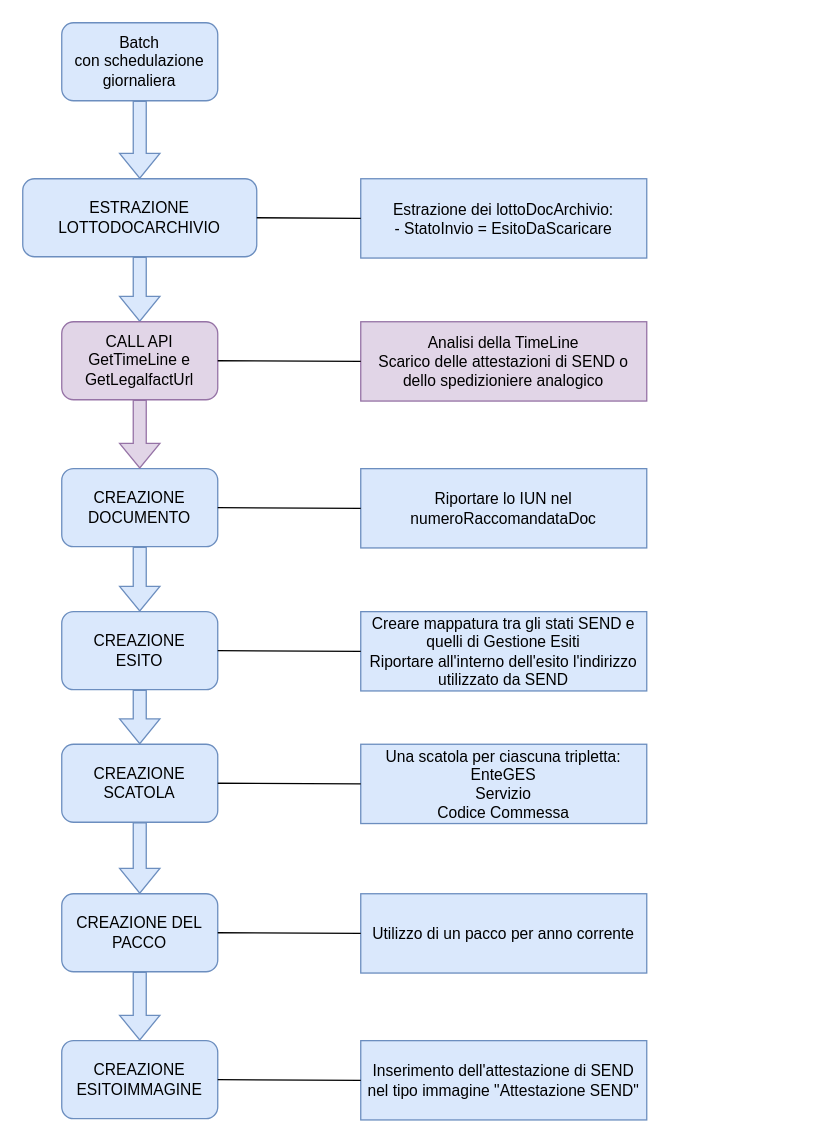
This is page "Esiti" (4 of 5) of Easy Notification.drawio from marcogarbujoabaco/drawio, a draw.io file, before an edit. Source tidied: cells renumbered, new cells numbered last; positions are measured from the earlier drawing's top-left corner, leaving out a move shared by most shapes. Both pictures are drawn from the tidied source at 130%, with x=0, y=0 at pixel (22, 22).
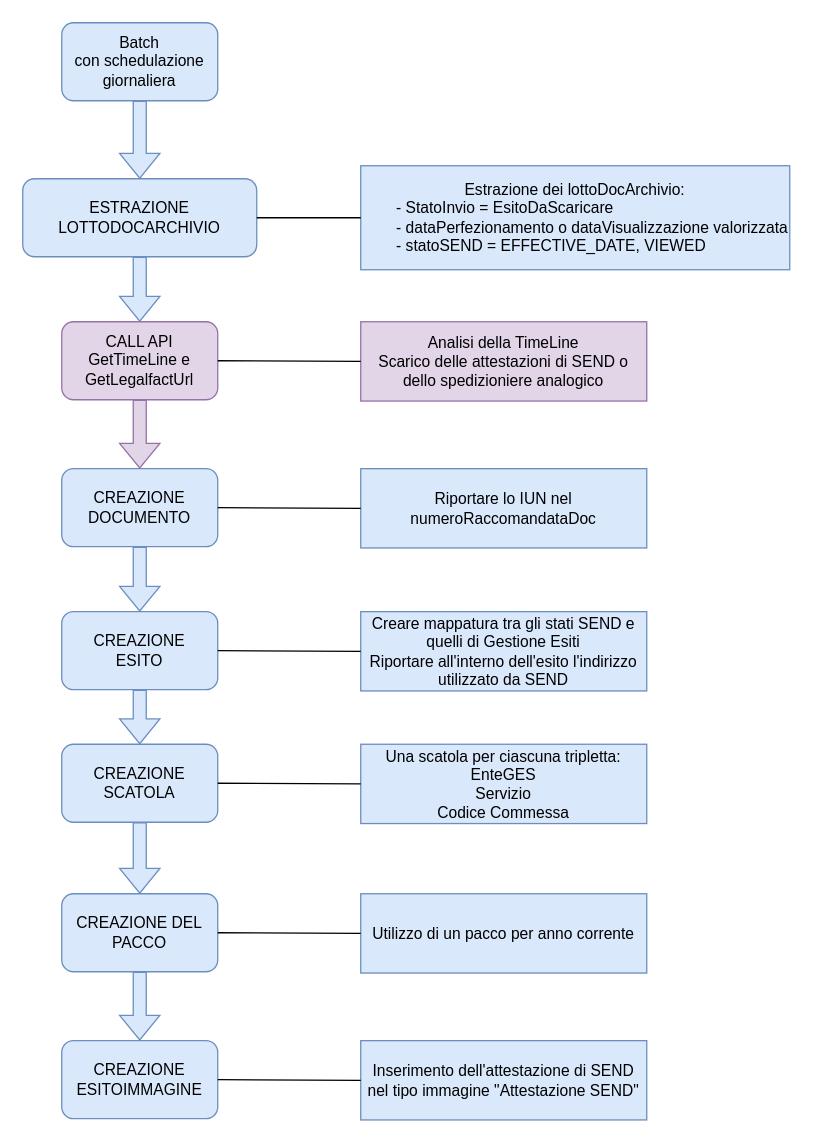
Above is the later version.

What changed in the source:
```diff
@@
-    <mxCell id="4" value="Estrazione dei lottoDocArchivio:&lt;div&gt;- StatoInvio =&amp;nbsp;EsitoDaScaricare&lt;/div&gt;" style="text;html=1;align=center;verticalAlign=middle;whiteSpace=wrap;rounded=0;strokeColor=#6c8ebf;fillColor=#dae8fc;" parent="1" vertex="1">
-      <mxGeometry x="260" y="120" width="220" height="61" as="geometry" />
+    <mxCell id="4" value="Estrazione dei lottoDocArchivio:&lt;div&gt;&lt;div style=&quot;text-align: left;&quot;&gt;&lt;span style=&quot;background-color: transparent; color: light-dark(rgb(0, 0, 0), rgb(255, 255, 255));&quot;&gt;&lt;span style=&quot;white-space: pre;&quot;&gt;&#9;&lt;/span&gt;- StatoInvio =&amp;nbsp;EsitoDaScaricare&lt;/span&gt;&lt;/div&gt;&lt;div style=&quot;text-align: left;&quot;&gt;&lt;span style=&quot;white-space: pre;&quot;&gt;&#9;&lt;/span&gt;-&amp;nbsp;dataPerfezionamento o&amp;nbsp;dataVisualizzazione valorizzata&lt;/div&gt;&lt;div style=&quot;text-align: left;&quot;&gt;&lt;span style=&quot;white-space: pre;&quot;&gt;&#9;&lt;/span&gt;-&amp;nbsp;statoSEND =&amp;nbsp;EFFECTIVE_DATE,&amp;nbsp;VIEWED&lt;/div&gt;&lt;/div&gt;" style="text;html=1;align=center;verticalAlign=middle;whiteSpace=wrap;rounded=0;strokeColor=#6c8ebf;fillColor=#dae8fc;" parent="1" vertex="1">
+      <mxGeometry x="260" y="110" width="330" height="80" as="geometry" />
     </mxCell>
```
